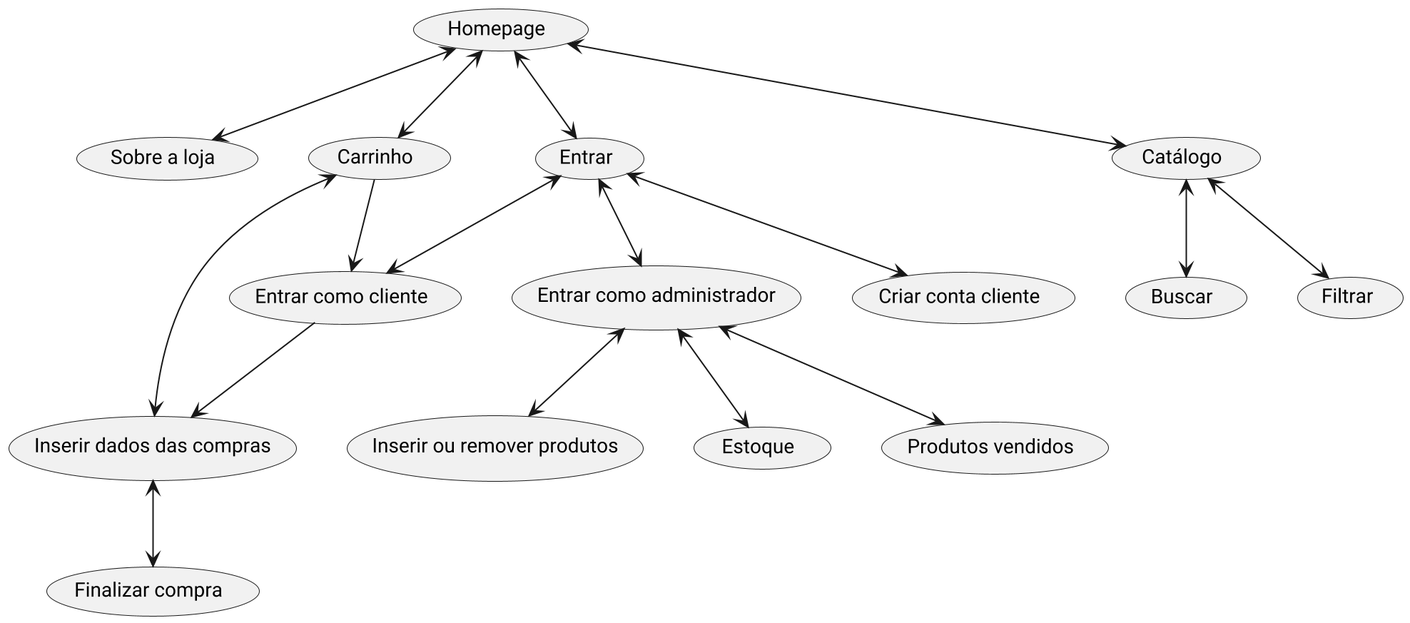
Earlier version of the PlantUML export diagrama.png (GabrielMtins/scc0219web).
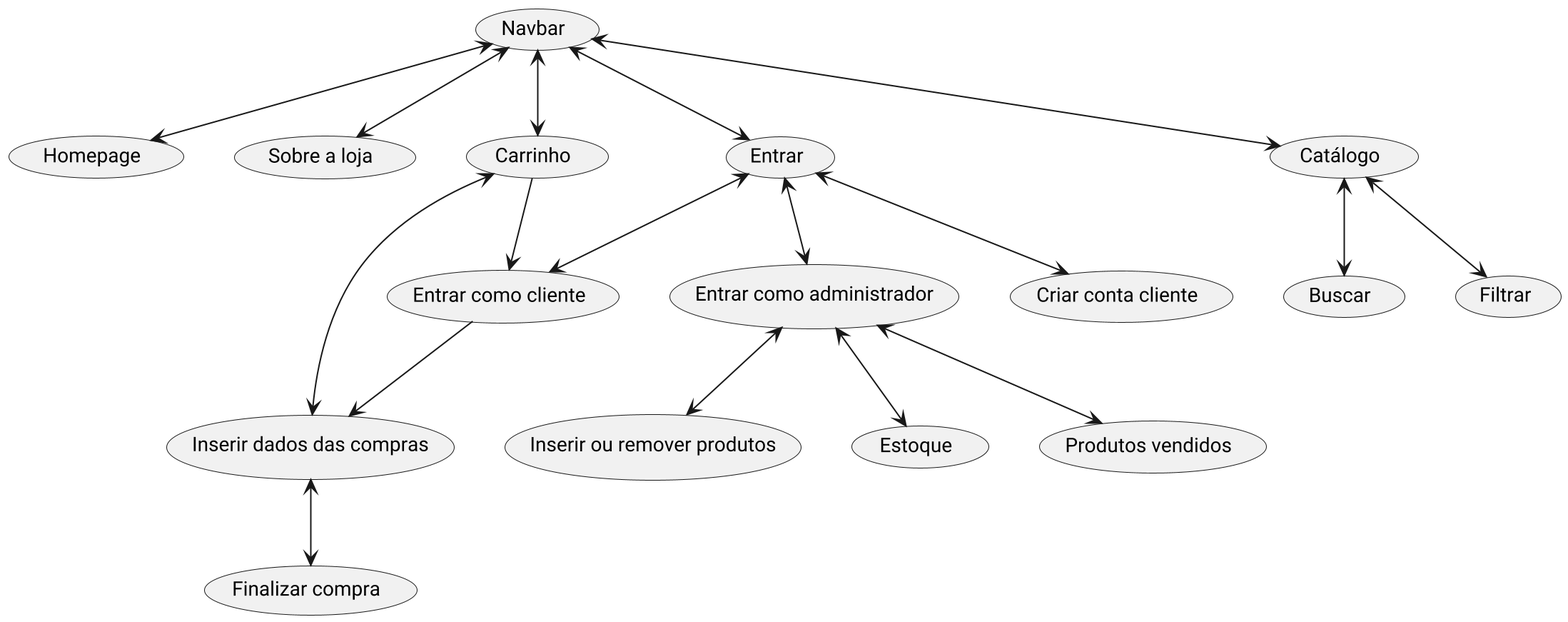
The same file after the commit.

Diff of the diagram source:
```diff
@@ -17,8 +17,13 @@
 usecase "Estoque" as estoque
 usecase "Produtos vendidos" as prod_vend
 usecase "Catálogo" as compras
+usecase "Navbar" as navbar
 
-home <--> login
+navbar <--> home
+navbar <--> login
+navbar <--> about
+navbar <--> compras
+navbar <--> carrinho
 login <--> login_client
 login <--> login_admin
 login <--> create_client
@@ -27,11 +32,8 @@
 login_admin <--> addrem_admin
 login_admin <--> estoque
 login_admin <--> prod_vend
-home <--> about
-home <--> compras
 compras <--> filtro
 compras <--> busca
-home <--> carrinho
 carrinho <--> dados_compra
 dados_compra <--> finalizar_compra
 
```
